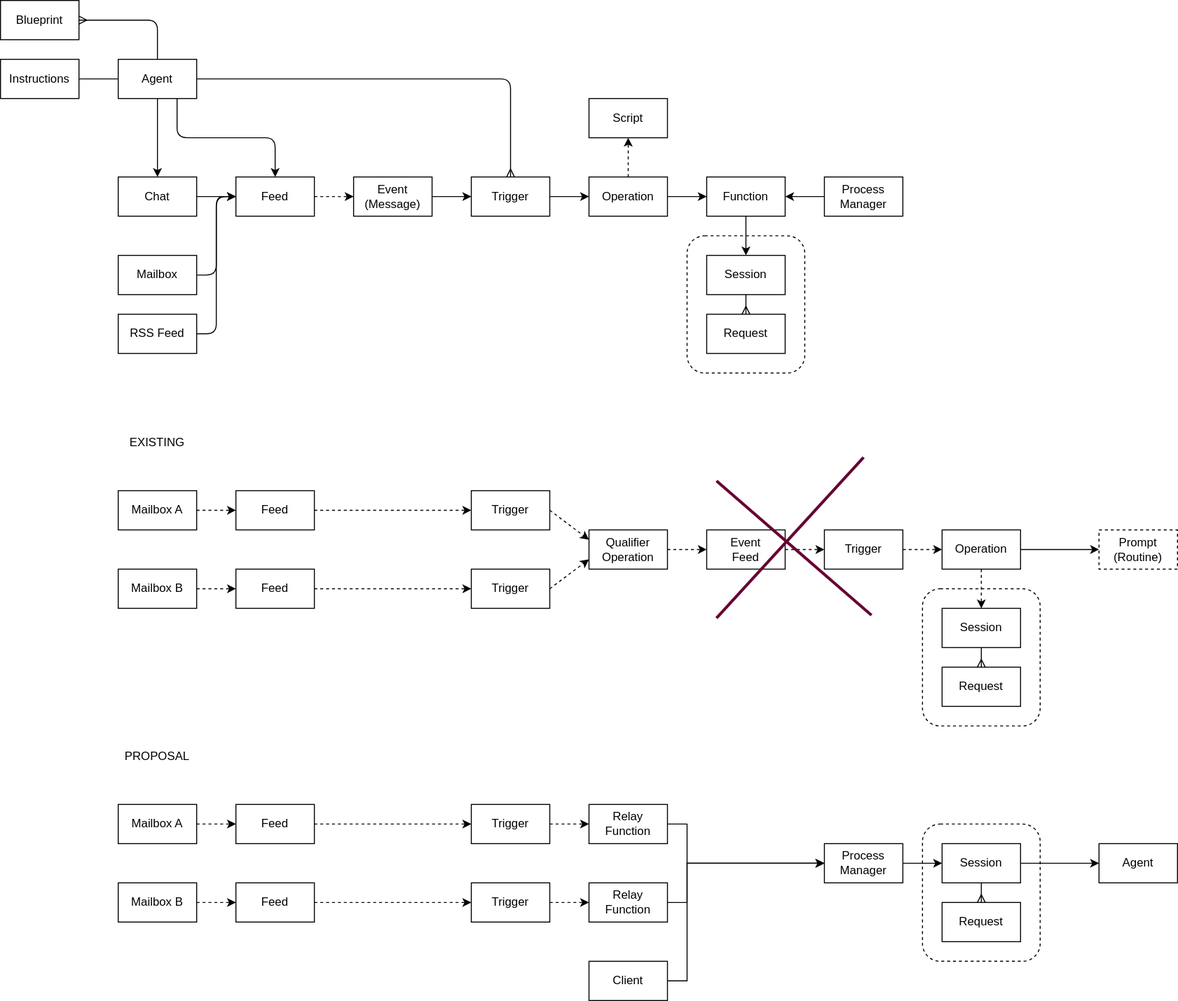
This is packages/core/assistant/docs/agent.drawio.svg from dxos/dxos, a draw.io export, as it was before one commit. Source tidied: cells renumbered, new cells last; positions are measured from the earlier drawing's top-left corner, leaving out a move shared by most shapes.
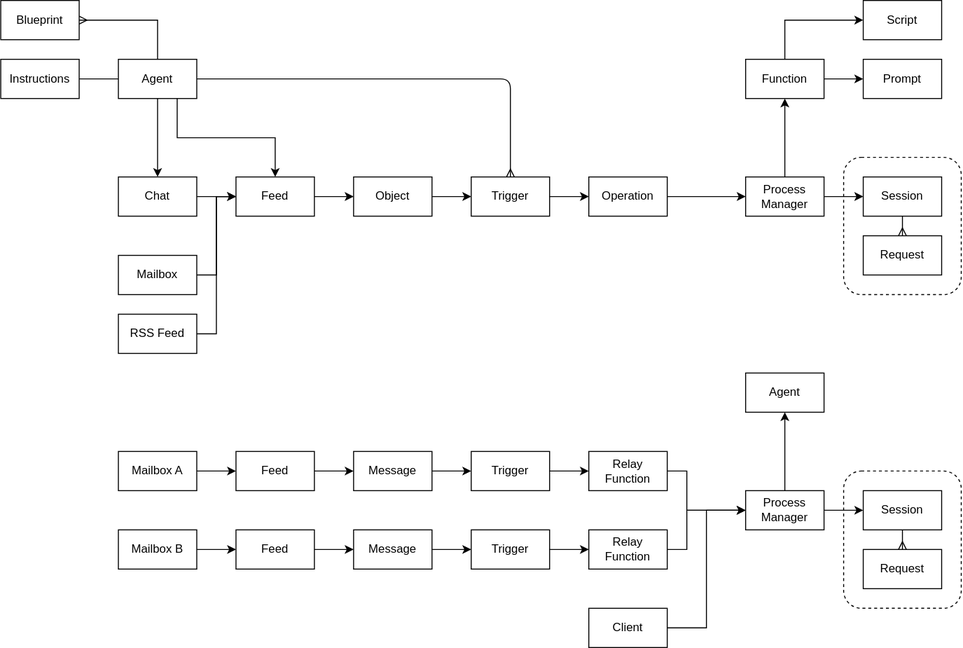
Above is the later version.

Diff of the diagram source:
```diff
@@ -5,3 +5,3 @@
     <mxCell id="2" style="rounded=1;whiteSpace=wrap;html=1;dashed=1;fillColor=none;" parent="1" vertex="1">
-      <mxGeometry x="700" y="240" width="120" height="140" as="geometry" />
+      <mxGeometry x="860" y="160" width="120" height="140" as="geometry" />
     </mxCell>
@@ -10,3 +10,3 @@
     </mxCell>
-    <mxCell id="4" value="Event&lt;br&gt;(Message)" style="rounded=0;whiteSpace=wrap;html=1;" parent="1" vertex="1">
+    <mxCell id="4" value="Object" style="rounded=0;whiteSpace=wrap;html=1;" parent="1" vertex="1">
       <mxGeometry x="360" y="180" width="80" height="40" as="geometry" />
@@ -19,8 +19,5 @@
     </mxCell>
-    <mxCell id="7" style="edgeStyle=none;html=1;exitX=1;exitY=0.5;exitDx=0;exitDy=0;endArrow=classic;endFill=1;" parent="1" edge="1" source="9" target="13">
-      <mxGeometry relative="1" as="geometry" />
-    </mxCell>
-    <mxCell id="8" style="edgeStyle=none;html=1;exitX=0.5;exitY=0;exitDx=0;exitDy=0;endArrow=classic;endFill=1;dashed=1;" parent="1" edge="1" source="9" target="31">
-      <mxGeometry relative="1" as="geometry" />
-    </mxCell>
+    <mxCell id="89" style="edgeStyle=none;html=1;exitX=1;exitY=0.5;exitDx=0;exitDy=0;" parent="1" edge="1" source="9" target="33">
+      <mxGeometry relative="1" as="geometry" />
+    </mxCell>
     <mxCell id="9" value="Operation&lt;br&gt;" style="rounded=0;whiteSpace=wrap;html=1;" parent="1" vertex="1">
@@ -28,3 +25,3 @@
     </mxCell>
-    <mxCell id="10" style="edgeStyle=none;html=1;exitX=1;exitY=0.5;exitDx=0;exitDy=0;dashed=1;" parent="1" edge="1" source="11" target="4">
+    <mxCell id="10" style="edgeStyle=none;html=1;exitX=1;exitY=0.5;exitDx=0;exitDy=0;" parent="1" edge="1" source="11" target="4">
       <mxGeometry relative="1" as="geometry" />
@@ -34,8 +31,2 @@
     </mxCell>
-    <mxCell id="12" style="edgeStyle=none;html=1;exitX=0.5;exitY=1;exitDx=0;exitDy=0;endArrow=classic;endFill=1;" parent="1" edge="1" source="13" target="27">
-      <mxGeometry relative="1" as="geometry" />
-    </mxCell>
-    <mxCell id="13" value="Function" style="rounded=0;whiteSpace=wrap;html=1;" parent="1" vertex="1">
-      <mxGeometry x="720" y="180" width="80" height="40" as="geometry" />
-    </mxCell>
     <mxCell id="14" style="edgeStyle=none;html=1;endArrow=classic;endFill=1;" parent="1" edge="1" source="15" target="11">
@@ -46,3 +37,3 @@
     </mxCell>
-    <mxCell id="16" style="edgeStyle=none;html=1;endArrow=none;endFill=0;exitX=1;exitY=0.5;exitDx=0;exitDy=0;" parent="1" edge="1" source="17" target="11">
+    <mxCell id="16" style="edgeStyle=none;html=1;endArrow=none;endFill=0;exitX=1;exitY=0.5;exitDx=0;exitDy=0;rounded=0;curved=0;" parent="1" edge="1" source="17" target="11">
       <mxGeometry relative="1" as="geometry">
@@ -67,3 +58,3 @@
     </mxCell>
-    <mxCell id="20" style="edgeStyle=none;html=1;exitX=0.5;exitY=0;exitDx=0;exitDy=0;entryX=1;entryY=0.5;entryDx=0;entryDy=0;endArrow=ERmany;endFill=0;" parent="1" edge="1" source="23" target="25">
+    <mxCell id="20" style="edgeStyle=none;html=1;exitX=0.5;exitY=0;exitDx=0;exitDy=0;entryX=1;entryY=0.5;entryDx=0;entryDy=0;endArrow=ERmany;endFill=0;rounded=0;curved=0;" parent="1" edge="1" source="23" target="25">
       <mxGeometry relative="1" as="geometry">
@@ -74,3 +65,3 @@
     </mxCell>
-    <mxCell id="21" style="edgeStyle=none;html=1;exitX=0.75;exitY=1;exitDx=0;exitDy=0;endArrow=classic;endFill=1;" parent="1" edge="1" source="23" target="11">
+    <mxCell id="21" style="edgeStyle=none;html=1;exitX=0.75;exitY=1;exitDx=0;exitDy=0;endArrow=classic;endFill=1;rounded=0;curved=0;" parent="1" edge="1" source="23" target="11">
       <mxGeometry relative="1" as="geometry">
@@ -98,8 +89,8 @@
     <mxCell id="27" value="Session" style="rounded=0;whiteSpace=wrap;html=1;" parent="1" vertex="1">
-      <mxGeometry x="720" y="260" width="80" height="40" as="geometry" />
+      <mxGeometry x="880" y="180" width="80" height="40" as="geometry" />
     </mxCell>
     <mxCell id="28" value="Request" style="rounded=0;whiteSpace=wrap;html=1;" parent="1" vertex="1">
-      <mxGeometry x="720" y="320" width="80" height="40" as="geometry" />
+      <mxGeometry x="880" y="240" width="80" height="40" as="geometry" />
     </mxCell>
-    <mxCell id="29" style="edgeStyle=none;html=1;exitX=1;exitY=0.5;exitDx=0;exitDy=0;entryX=0;entryY=0.5;entryDx=0;entryDy=0;endArrow=classic;endFill=1;" parent="1" edge="1" source="30" target="11">
+    <mxCell id="29" style="edgeStyle=none;html=1;exitX=1;exitY=0.5;exitDx=0;exitDy=0;entryX=0;entryY=0.5;entryDx=0;entryDy=0;endArrow=classic;endFill=1;rounded=0;curved=0;" parent="1" edge="1" source="30" target="11">
       <mxGeometry relative="1" as="geometry">
@@ -115,86 +106,14 @@
     <mxCell id="31" value="Script" style="rounded=0;whiteSpace=wrap;html=1;" parent="1" vertex="1">
-      <mxGeometry x="600" y="100" width="80" height="40" as="geometry" />
+      <mxGeometry x="880" width="80" height="40" as="geometry" />
     </mxCell>
-    <mxCell id="32" style="edgeStyle=none;html=1;exitX=0;exitY=0.5;exitDx=0;exitDy=0;endArrow=classic;endFill=1;" parent="1" edge="1" source="33" target="13">
+    <mxCell id="32" style="edgeStyle=none;html=1;exitX=0;exitY=0.5;exitDx=0;exitDy=0;endArrow=classic;endFill=1;" parent="1" edge="1" source="33" target="27">
       <mxGeometry relative="1" as="geometry" />
     </mxCell>
+    <mxCell id="90" style="edgeStyle=none;html=1;exitX=0.5;exitY=0;exitDx=0;exitDy=0;" parent="1" edge="1" source="33" target="13">
+      <mxGeometry relative="1" as="geometry" />
+    </mxCell>
     <mxCell id="33" value="Process&lt;br&gt;Manager" style="rounded=0;whiteSpace=wrap;html=1;" parent="1" vertex="1">
-      <mxGeometry x="840" y="180" width="80" height="40" as="geometry" />
+      <mxGeometry x="760" y="180" width="80" height="40" as="geometry" />
     </mxCell>
-    <mxCell id="34" style="edgeStyle=none;html=1;exitX=1;exitY=0.5;exitDx=0;exitDy=0;dashed=1;endArrow=classic;endFill=1;" parent="1" edge="1" source="35" target="39">
-      <mxGeometry relative="1" as="geometry" />
-    </mxCell>
-    <mxCell id="35" value="Mailbox A" style="rounded=0;whiteSpace=wrap;html=1;" parent="1" vertex="1">
-      <mxGeometry x="120" y="500" width="80" height="40" as="geometry" />
-    </mxCell>
-    <mxCell id="36" style="edgeStyle=none;html=1;exitX=1;exitY=0.5;exitDx=0;exitDy=0;dashed=1;endArrow=classic;endFill=1;" parent="1" edge="1" source="37" target="41">
-      <mxGeometry relative="1" as="geometry" />
-    </mxCell>
-    <mxCell id="37" value="Mailbox B" style="rounded=0;whiteSpace=wrap;html=1;" parent="1" vertex="1">
-      <mxGeometry x="120" y="580" width="80" height="40" as="geometry" />
-    </mxCell>
-    <mxCell id="38" style="edgeStyle=none;html=1;exitX=1;exitY=0.5;exitDx=0;exitDy=0;dashed=1;endArrow=classic;endFill=1;" parent="1" edge="1" source="39" target="43">
-      <mxGeometry relative="1" as="geometry" />
-    </mxCell>
-    <mxCell id="39" value="Feed" style="rounded=0;whiteSpace=wrap;html=1;" parent="1" vertex="1">
-      <mxGeometry x="240" y="500" width="80" height="40" as="geometry" />
-    </mxCell>
-    <mxCell id="40" style="edgeStyle=none;html=1;exitX=1;exitY=0.5;exitDx=0;exitDy=0;dashed=1;endArrow=classic;endFill=1;" parent="1" edge="1" source="41" target="45">
-      <mxGeometry relative="1" as="geometry" />
-    </mxCell>
-    <mxCell id="41" value="Feed" style="rounded=0;whiteSpace=wrap;html=1;" parent="1" vertex="1">
-      <mxGeometry x="240" y="580" width="80" height="40" as="geometry" />
-    </mxCell>
-    <mxCell id="42" style="edgeStyle=none;html=1;exitX=1;exitY=0.5;exitDx=0;exitDy=0;entryX=0;entryY=0.25;entryDx=0;entryDy=0;dashed=1;endArrow=classic;endFill=1;" parent="1" edge="1" source="43" target="47">
-      <mxGeometry relative="1" as="geometry" />
-    </mxCell>
-    <mxCell id="43" value="Trigger" style="rounded=0;whiteSpace=wrap;html=1;" parent="1" vertex="1">
-      <mxGeometry x="480" y="500" width="80" height="40" as="geometry" />
-    </mxCell>
-    <mxCell id="44" style="edgeStyle=none;html=1;exitX=1;exitY=0.5;exitDx=0;exitDy=0;entryX=0;entryY=0.75;entryDx=0;entryDy=0;dashed=1;endArrow=classic;endFill=1;" parent="1" edge="1" source="45" target="47">
-      <mxGeometry relative="1" as="geometry" />
-    </mxCell>
-    <mxCell id="45" value="Trigger" style="rounded=0;whiteSpace=wrap;html=1;" parent="1" vertex="1">
-      <mxGeometry x="480" y="580" width="80" height="40" as="geometry" />
-    </mxCell>
-    <mxCell id="46" style="edgeStyle=none;html=1;exitX=1;exitY=0.5;exitDx=0;exitDy=0;dashed=1;endArrow=classic;endFill=1;" parent="1" edge="1" source="47" target="49">
-      <mxGeometry relative="1" as="geometry" />
-    </mxCell>
-    <mxCell id="47" value="Qualifier&lt;br&gt;Operation" style="rounded=0;whiteSpace=wrap;html=1;" parent="1" vertex="1">
-      <mxGeometry x="600" y="540" width="80" height="40" as="geometry" />
-    </mxCell>
-    <mxCell id="48" style="edgeStyle=none;html=1;exitX=1;exitY=0.5;exitDx=0;exitDy=0;dashed=1;endArrow=classic;endFill=1;" parent="1" edge="1" source="49" target="51">
-      <mxGeometry relative="1" as="geometry" />
-    </mxCell>
-    <mxCell id="49" value="Event&lt;br&gt;Feed" style="rounded=0;whiteSpace=wrap;html=1;" parent="1" vertex="1">
-      <mxGeometry x="720" y="540" width="80" height="40" as="geometry" />
-    </mxCell>
-    <mxCell id="50" style="edgeStyle=none;html=1;exitX=1;exitY=0.5;exitDx=0;exitDy=0;dashed=1;endArrow=classic;endFill=1;" parent="1" edge="1" source="51" target="54">
-      <mxGeometry relative="1" as="geometry" />
-    </mxCell>
-    <mxCell id="51" value="Trigger" style="rounded=0;whiteSpace=wrap;html=1;" parent="1" vertex="1">
-      <mxGeometry x="840" y="540" width="80" height="40" as="geometry" />
-    </mxCell>
-    <mxCell id="52" style="edgeStyle=none;html=1;exitX=0.5;exitY=1;exitDx=0;exitDy=0;dashed=1;endArrow=classic;endFill=1;" parent="1" edge="1" source="54" target="57">
-      <mxGeometry relative="1" as="geometry" />
-    </mxCell>
-    <mxCell id="53" style="edgeStyle=none;html=1;exitX=1;exitY=0.5;exitDx=0;exitDy=0;" parent="1" edge="1" source="54" target="88">
-      <mxGeometry relative="1" as="geometry" />
-    </mxCell>
-    <mxCell id="54" value="Operation" style="rounded=0;whiteSpace=wrap;html=1;" parent="1" vertex="1">
-      <mxGeometry x="960" y="540" width="80" height="40" as="geometry" />
-    </mxCell>
-    <mxCell id="55" style="rounded=1;whiteSpace=wrap;html=1;dashed=1;fillColor=none;" parent="1" vertex="1">
-      <mxGeometry x="940" y="600" width="120" height="140" as="geometry" />
-    </mxCell>
-    <mxCell id="56" style="edgeStyle=none;html=1;endArrow=ERmany;endFill=0;" parent="1" edge="1" source="57" target="58">
-      <mxGeometry relative="1" as="geometry" />
-    </mxCell>
-    <mxCell id="57" value="Session" style="rounded=0;whiteSpace=wrap;html=1;" parent="1" vertex="1">
-      <mxGeometry x="960" y="620" width="80" height="40" as="geometry" />
-    </mxCell>
-    <mxCell id="58" value="Request" style="rounded=0;whiteSpace=wrap;html=1;" parent="1" vertex="1">
-      <mxGeometry x="960" y="680" width="80" height="40" as="geometry" />
-    </mxCell>
-    <mxCell id="59" style="edgeStyle=none;html=1;exitX=1;exitY=0.5;exitDx=0;exitDy=0;dashed=1;endArrow=classic;endFill=1;" parent="1" edge="1" source="60" target="64">
+    <mxCell id="59" style="edgeStyle=none;html=1;exitX=1;exitY=0.5;exitDx=0;exitDy=0;endArrow=classic;endFill=1;" parent="1" edge="1" source="60" target="64">
       <mxGeometry relative="1" as="geometry" />
@@ -202,5 +121,5 @@
     <mxCell id="60" value="Mailbox A" style="rounded=0;whiteSpace=wrap;html=1;" parent="1" vertex="1">
-      <mxGeometry x="120" y="820" width="80" height="40" as="geometry" />
+      <mxGeometry x="120" y="460" width="80" height="40" as="geometry" />
     </mxCell>
-    <mxCell id="61" style="edgeStyle=none;html=1;exitX=1;exitY=0.5;exitDx=0;exitDy=0;dashed=1;endArrow=classic;endFill=1;" parent="1" edge="1" source="62" target="66">
+    <mxCell id="61" style="edgeStyle=none;html=1;exitX=1;exitY=0.5;exitDx=0;exitDy=0;endArrow=classic;endFill=1;" parent="1" edge="1" source="62" target="66">
       <mxGeometry relative="1" as="geometry" />
@@ -208,5 +127,5 @@
     <mxCell id="62" value="Mailbox B" style="rounded=0;whiteSpace=wrap;html=1;" parent="1" vertex="1">
-      <mxGeometry x="120" y="900" width="80" height="40" as="geometry" />
+      <mxGeometry x="120" y="540" width="80" height="40" as="geometry" />
     </mxCell>
-    <mxCell id="63" style="edgeStyle=none;html=1;exitX=1;exitY=0.5;exitDx=0;exitDy=0;dashed=1;endArrow=classic;endFill=1;" parent="1" edge="1" source="64" target="68">
+    <mxCell id="63" style="edgeStyle=none;html=1;exitX=1;exitY=0.5;exitDx=0;exitDy=0;endArrow=classic;endFill=1;" parent="1" edge="1" source="64" target="94">
       <mxGeometry relative="1" as="geometry" />
@@ -214,5 +133,5 @@
     <mxCell id="64" value="Feed" style="rounded=0;whiteSpace=wrap;html=1;" parent="1" vertex="1">
-      <mxGeometry x="240" y="820" width="80" height="40" as="geometry" />
+      <mxGeometry x="240" y="460" width="80" height="40" as="geometry" />
     </mxCell>
-    <mxCell id="65" style="edgeStyle=none;html=1;exitX=1;exitY=0.5;exitDx=0;exitDy=0;dashed=1;endArrow=classic;endFill=1;" parent="1" edge="1" source="66" target="70">
+    <mxCell id="65" style="edgeStyle=none;html=1;exitX=1;exitY=0.5;exitDx=0;exitDy=0;endArrow=classic;endFill=1;" parent="1" edge="1" source="66" target="96">
       <mxGeometry relative="1" as="geometry" />
@@ -220,7 +139,7 @@
     <mxCell id="66" value="Feed" style="rounded=0;whiteSpace=wrap;html=1;" parent="1" vertex="1">
-      <mxGeometry x="240" y="900" width="80" height="40" as="geometry" />
+      <mxGeometry x="240" y="540" width="80" height="40" as="geometry" />
     </mxCell>
-    <mxCell id="67" style="edgeStyle=none;html=1;exitX=1;exitY=0.5;exitDx=0;exitDy=0;dashed=1;endArrow=classic;endFill=1;" parent="1" edge="1" source="68">
+    <mxCell id="67" style="edgeStyle=none;html=1;exitX=1;exitY=0.5;exitDx=0;exitDy=0;endArrow=classic;endFill=1;" parent="1" edge="1" source="68">
       <mxGeometry relative="1" as="geometry">
-        <mxPoint x="600" y="840" as="targetPoint" />
+        <mxPoint x="600" y="480" as="targetPoint" />
       </mxGeometry>
@@ -228,7 +147,7 @@
     <mxCell id="68" value="Trigger" style="rounded=0;whiteSpace=wrap;html=1;" parent="1" vertex="1">
-      <mxGeometry x="480" y="820" width="80" height="40" as="geometry" />
+      <mxGeometry x="480" y="460" width="80" height="40" as="geometry" />
     </mxCell>
-    <mxCell id="69" style="edgeStyle=none;html=1;exitX=1;exitY=0.5;exitDx=0;exitDy=0;dashed=1;endArrow=classic;endFill=1;" parent="1" edge="1" source="70">
+    <mxCell id="69" style="edgeStyle=none;html=1;exitX=1;exitY=0.5;exitDx=0;exitDy=0;endArrow=classic;endFill=1;" parent="1" edge="1" source="70">
       <mxGeometry relative="1" as="geometry">
-        <mxPoint x="600" y="920" as="targetPoint" />
+        <mxPoint x="600" y="560" as="targetPoint" />
       </mxGeometry>
@@ -236,3 +155,3 @@
     <mxCell id="70" value="Trigger" style="rounded=0;whiteSpace=wrap;html=1;" parent="1" vertex="1">
-      <mxGeometry x="480" y="900" width="80" height="40" as="geometry" />
+      <mxGeometry x="480" y="540" width="80" height="40" as="geometry" />
     </mxCell>
@@ -241,4 +160,4 @@
         <Array as="points">
-          <mxPoint x="700" y="840" />
-          <mxPoint x="700" y="880" />
+          <mxPoint x="700" y="480" />
+          <mxPoint x="700" y="520" />
         </Array>
@@ -247,3 +166,3 @@
     <mxCell id="72" value="Relay&lt;br&gt;Function" style="rounded=0;whiteSpace=wrap;html=1;" parent="1" vertex="1">
-      <mxGeometry x="600" y="820" width="80" height="40" as="geometry" />
+      <mxGeometry x="600" y="460" width="80" height="40" as="geometry" />
     </mxCell>
@@ -252,4 +171,4 @@
         <Array as="points">
-          <mxPoint x="700" y="920" />
-          <mxPoint x="700" y="880" />
+          <mxPoint x="700" y="560" />
+          <mxPoint x="700" y="520" />
         </Array>
@@ -258,3 +177,3 @@
     <mxCell id="74" value="Relay&lt;br&gt;Function" style="rounded=0;whiteSpace=wrap;html=1;" parent="1" vertex="1">
-      <mxGeometry x="600" y="900" width="80" height="40" as="geometry" />
+      <mxGeometry x="600" y="540" width="80" height="40" as="geometry" />
     </mxCell>
@@ -264,6 +183,6 @@
     <mxCell id="76" value="Process&lt;br&gt;Manager" style="rounded=0;whiteSpace=wrap;html=1;" parent="1" vertex="1">
-      <mxGeometry x="840" y="860" width="80" height="40" as="geometry" />
+      <mxGeometry x="760" y="500" width="80" height="40" as="geometry" />
     </mxCell>
     <mxCell id="77" style="rounded=1;whiteSpace=wrap;html=1;dashed=1;fillColor=none;" parent="1" vertex="1">
-      <mxGeometry x="940" y="840" width="120" height="140" as="geometry" />
+      <mxGeometry x="860" y="480" width="120" height="140" as="geometry" />
     </mxCell>
@@ -272,3 +191,3 @@
     </mxCell>
-    <mxCell id="79" style="edgeStyle=none;rounded=0;html=1;exitX=1;exitY=0.5;exitDx=0;exitDy=0;endArrow=classic;endFill=1;" parent="1" edge="1" source="80" target="84">
+    <mxCell id="79" style="edgeStyle=none;rounded=0;html=1;endArrow=classic;endFill=1;" parent="1" edge="1" source="76" target="84">
       <mxGeometry relative="1" as="geometry" />
@@ -276,6 +195,6 @@
     <mxCell id="80" value="Session" style="rounded=0;whiteSpace=wrap;html=1;" parent="1" vertex="1">
-      <mxGeometry x="960" y="860" width="80" height="40" as="geometry" />
+      <mxGeometry x="880" y="500" width="80" height="40" as="geometry" />
     </mxCell>
     <mxCell id="81" value="Request" style="rounded=0;whiteSpace=wrap;html=1;" parent="1" vertex="1">
-      <mxGeometry x="960" y="920" width="80" height="40" as="geometry" />
+      <mxGeometry x="880" y="560" width="80" height="40" as="geometry" />
     </mxCell>
@@ -284,4 +203,4 @@
         <Array as="points">
-          <mxPoint x="700" y="1000" />
-          <mxPoint x="700" y="880" />
+          <mxPoint x="720" y="640" />
+          <mxPoint x="720" y="520" />
         </Array>
@@ -290,28 +209,35 @@
     <mxCell id="83" value="Client" style="rounded=0;whiteSpace=wrap;html=1;" parent="1" vertex="1">
-      <mxGeometry x="600" y="980" width="80" height="40" as="geometry" />
+      <mxGeometry x="600" y="620" width="80" height="40" as="geometry" />
     </mxCell>
     <mxCell id="84" value="Agent" style="rounded=0;whiteSpace=wrap;html=1;" parent="1" vertex="1">
-      <mxGeometry x="1120" y="860" width="80" height="40" as="geometry" />
+      <mxGeometry x="760" y="380" width="80" height="40" as="geometry" />
     </mxCell>
-    <mxCell id="85" value="EXISTING" style="rounded=0;whiteSpace=wrap;html=1;fillColor=none;strokeColor=none;verticalAlign=bottom;" parent="1" vertex="1">
-      <mxGeometry x="120" y="420" width="80" height="40" as="geometry" />
-    </mxCell>
-    <mxCell id="86" value="PROPOSAL" style="rounded=0;whiteSpace=wrap;html=1;fillColor=none;strokeColor=none;verticalAlign=bottom;" parent="1" vertex="1">
-      <mxGeometry x="120" y="740" width="80" height="40" as="geometry" />
-    </mxCell>
-    <mxCell id="87" style="endArrow=none;html=1;rounded=0;fillColor=#60162D;strokeColor=#660033;strokeWidth=3;" parent="1" edge="1">
-      <mxGeometry relative="1" as="geometry">
-        <mxPoint x="888" y="627" as="sourcePoint" />
-        <mxPoint x="730" y="490" as="targetPoint" />
-      </mxGeometry>
-    </mxCell>
-    <mxCell id="88" value="Prompt&lt;br&gt;(Routine)" style="rounded=0;whiteSpace=wrap;html=1;dashed=1;" parent="1" vertex="1">
-      <mxGeometry x="1120" y="540" width="80" height="40" as="geometry" />
-    </mxCell>
-    <mxCell id="89" style="endArrow=none;html=1;rounded=0;fillColor=#60162D;strokeColor=#660033;strokeWidth=3;" parent="1" edge="1">
-      <mxGeometry relative="1" as="geometry">
-        <mxPoint x="730" y="630" as="sourcePoint" />
-        <mxPoint x="880" y="466" as="targetPoint" />
-      </mxGeometry>
-    </mxCell>
+    <mxCell id="91" style="edgeStyle=none;html=1;rounded=0;curved=0;" parent="1" edge="1" source="13" target="31">
+      <mxGeometry relative="1" as="geometry">
+        <Array as="points">
+          <mxPoint x="800" y="20" />
+        </Array>
+      </mxGeometry>
+    </mxCell>
+    <mxCell id="92" style="edgeStyle=none;html=1;exitX=1;exitY=0.5;exitDx=0;exitDy=0;entryX=0;entryY=0.5;entryDx=0;entryDy=0;" parent="1" edge="1" source="13" target="97">
+      <mxGeometry relative="1" as="geometry" />
+    </mxCell>
+    <mxCell id="13" value="Function" style="rounded=0;whiteSpace=wrap;html=1;" parent="1" vertex="1">
+      <mxGeometry x="760" y="60" width="80" height="40" as="geometry" />
+    </mxCell>
+    <mxCell id="93" style="edgeStyle=none;html=1;exitX=1;exitY=0.5;exitDx=0;exitDy=0;" parent="1" edge="1" source="94" target="68">
+      <mxGeometry relative="1" as="geometry" />
+    </mxCell>
+    <mxCell id="94" value="Message" style="rounded=0;whiteSpace=wrap;html=1;" parent="1" vertex="1">
+      <mxGeometry x="360" y="460" width="80" height="40" as="geometry" />
+    </mxCell>
+    <mxCell id="95" style="edgeStyle=none;html=1;exitX=1;exitY=0.5;exitDx=0;exitDy=0;" parent="1" edge="1" source="96" target="70">
+      <mxGeometry relative="1" as="geometry" />
+    </mxCell>
+    <mxCell id="96" value="Message" style="rounded=0;whiteSpace=wrap;html=1;" parent="1" vertex="1">
+      <mxGeometry x="360" y="540" width="80" height="40" as="geometry" />
+    </mxCell>
+    <mxCell id="97" value="Prompt" style="rounded=0;whiteSpace=wrap;html=1;" parent="1" vertex="1">
+      <mxGeometry x="880" y="60" width="80" height="40" as="geometry" />
+    </mxCell>
   </root>
```
